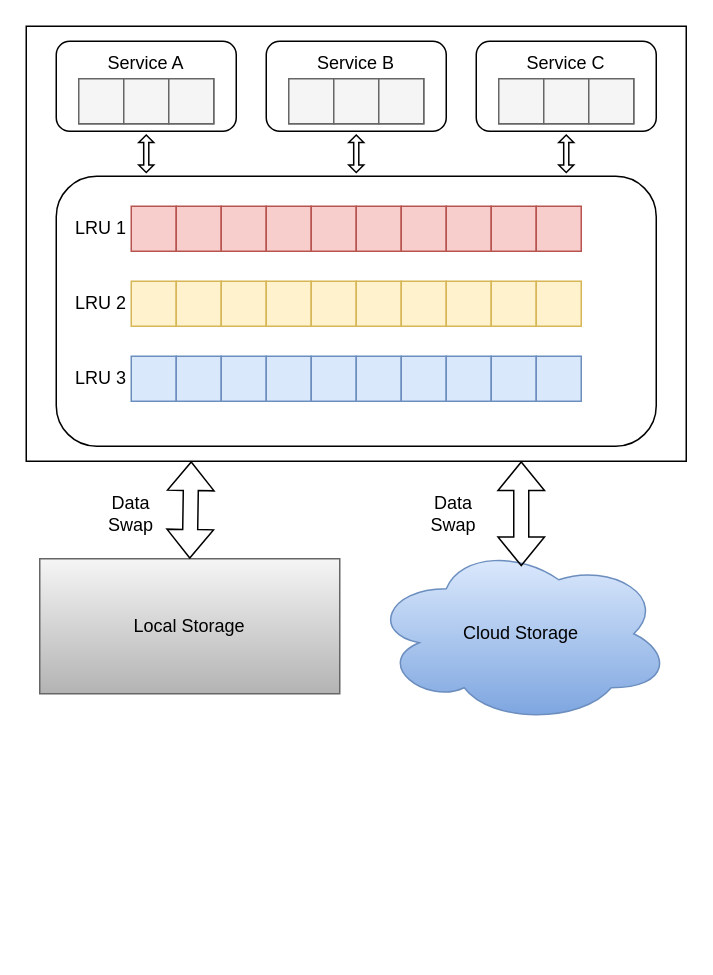
Before: 未命名绘图.drawio in linqinluli/picture_draw, a draw.io diagram. Source tidied: cells renumbered, new cells numbered last; positions are measured from the earlier drawing's top-left corner, leaving out a move shared by most shapes. Both pictures are drawn from the tidied source at 150%, with x=0, y=0 at pixel (26, 26).
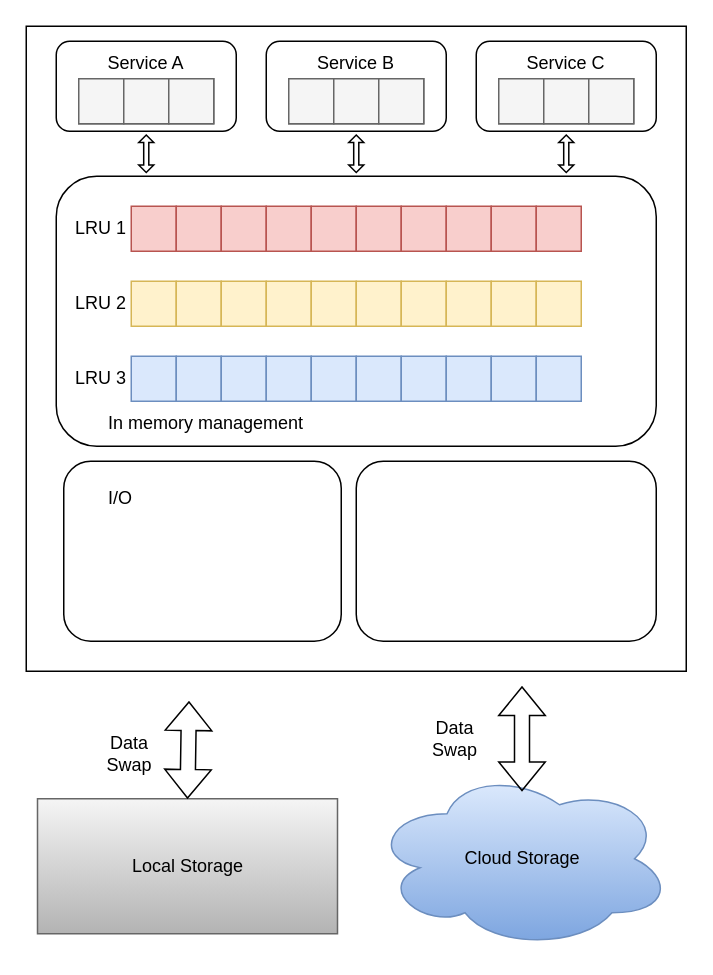
Above is the later version.

Commit message:
更新未命名绘图.drawio

Change to the diagram source:
```diff
@@
     <mxCell id="3" style="rounded=0;whiteSpace=wrap;html=1;" parent="1" vertex="1">
-      <mxGeometry width="440" height="290" as="geometry" />
+      <mxGeometry width="440" height="430" as="geometry" />
     </mxCell>
@@
     <mxCell id="53" value="Local Storage" style="rounded=0;whiteSpace=wrap;html=1;fillColor=#f5f5f5;gradientColor=#b3b3b3;strokeColor=#666666;" parent="1" vertex="1">
-      <mxGeometry x="9" y="355" width="200" height="90" as="geometry" />
+      <mxGeometry x="7.5" y="515" width="200" height="90" as="geometry" />
     </mxCell>
     <mxCell id="54" value="Cloud Storage" style="ellipse;shape=cloud;whiteSpace=wrap;html=1;fillColor=#dae8fc;strokeColor=#6c8ebf;gradientColor=#7ea6e0;" parent="1" vertex="1">
-      <mxGeometry x="230" y="345" width="200" height="120" as="geometry" />
+      <mxGeometry x="230.5" y="495" width="200" height="120" as="geometry" />
     </mxCell>
-    <mxCell id="55" style="shape=flexArrow;endArrow=classic;startArrow=classic;html=1;rounded=0;exitX=0.5;exitY=0;exitDx=0;exitDy=0;entryX=0.25;entryY=1;entryDx=0;entryDy=0;" parent="1" edge="1" source="53" target="3">
-      <mxGeometry relative="1" as="geometry" />
+    <mxCell id="55" style="shape=flexArrow;endArrow=classic;startArrow=classic;html=1;rounded=0;exitX=0.5;exitY=0;exitDx=0;exitDy=0;entryX=0.25;entryY=1;entryDx=0;entryDy=0;" parent="1" edge="1" source="53">
+      <mxGeometry relative="1" as="geometry">
+        <mxPoint x="108.5" y="450" as="targetPoint" />
+      </mxGeometry>
     </mxCell>
-    <mxCell id="56" style="shape=flexArrow;endArrow=classic;startArrow=classic;html=1;rounded=0;entryX=0.75;entryY=1;entryDx=0;entryDy=0;" parent="1" edge="1" target="3">
+    <mxCell id="56" style="shape=flexArrow;endArrow=classic;startArrow=classic;html=1;rounded=0;entryX=0.75;entryY=1;entryDx=0;entryDy=0;" parent="1" edge="1">
       <mxGeometry relative="1" as="geometry">
-        <mxPoint x="330" y="360" as="sourcePoint" />
+        <mxPoint x="330.5" y="510" as="sourcePoint" />
+        <mxPoint x="330.5" y="440" as="targetPoint" />
       </mxGeometry>
     </mxCell>
@@
     <mxCell id="63" value="Data Swap" style="text;html=1;strokeColor=none;fillColor=none;align=center;verticalAlign=middle;whiteSpace=wrap;rounded=0;" parent="1" vertex="1">
-      <mxGeometry x="40" y="310" width="60" height="30" as="geometry" />
+      <mxGeometry x="38.5" y="470" width="60" height="30" as="geometry" />
     </mxCell>
     <mxCell id="64" value="Data Swap" style="text;html=1;strokeColor=none;fillColor=none;align=center;verticalAlign=middle;whiteSpace=wrap;rounded=0;" parent="1" vertex="1">
-      <mxGeometry x="255" y="310" width="60" height="30" as="geometry" />
+      <mxGeometry x="255.5" y="460" width="60" height="30" as="geometry" />
     </mxCell>
+    <mxCell id="65" style="rounded=1;whiteSpace=wrap;html=1;" parent="1" vertex="1">
+      <mxGeometry x="25" y="290" width="185" height="120" as="geometry" />
+    </mxCell>
+    <mxCell id="66" value="I/O" style="text;html=1;strokeColor=none;fillColor=none;align=center;verticalAlign=middle;whiteSpace=wrap;rounded=0;" parent="1" vertex="1">
+      <mxGeometry x="32.5" y="300" width="60" height="30" as="geometry" />
+    </mxCell>
+    <mxCell id="67" value="In memory management" style="text;html=1;strokeColor=none;fillColor=none;align=center;verticalAlign=middle;whiteSpace=wrap;rounded=0;" parent="1" vertex="1">
+      <mxGeometry x="35" y="250" width="170" height="30" as="geometry" />
+    </mxCell>
+    <mxCell id="68" style="rounded=1;whiteSpace=wrap;html=1;" parent="1" vertex="1">
+      <mxGeometry x="220" y="290" width="200" height="120" as="geometry" />
+    </mxCell>
```
